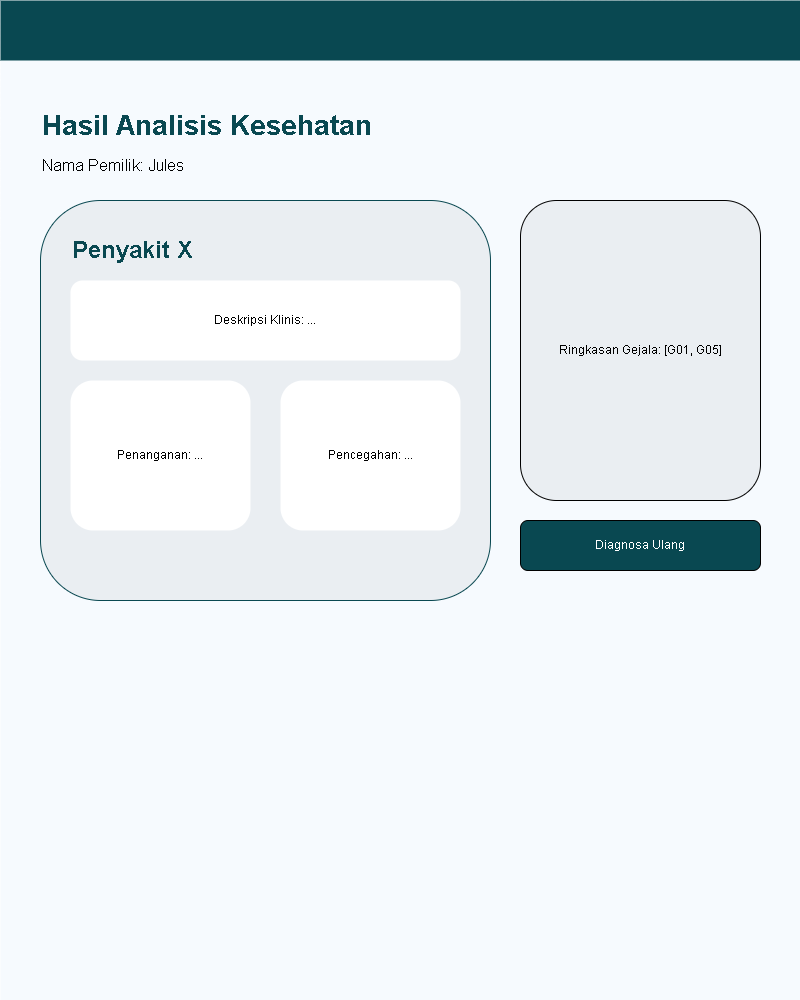
Earlier version of the draw.io export diagram/desain/hasil.png (Jinsky/Jinsky). Source tidied: cells renumbered, new cells last; positions are measured from the earlier drawing's top-left corner, leaving out a move shared by most shapes. Its diagram source:
```xml
<mxGraphModel>
  <root>
    <mxCell id="0" />
    <mxCell id="1" parent="0" />
    <mxCell id="2" style="rounded=0;whiteSpace=wrap;html=1;fillColor=#f6fafe;strokeColor=none;" parent="1" vertex="1">
      <mxGeometry width="800" height="1000" as="geometry" />
    </mxCell>
    <mxCell id="3" style="rounded=0;whiteSpace=wrap;html=1;fillColor=#094851;strokeColor=none;" parent="1" vertex="1">
      <mxGeometry width="800" height="60" as="geometry" />
    </mxCell>
    <mxCell id="4" value="&lt;b&gt;Hasil Analisis Kesehatan&lt;/b&gt;" style="text;html=1;strokeColor=none;fillColor=none;align=left;verticalAlign=middle;whiteSpace=wrap;rounded=0;fontSize=28;fontColor=#094851;" parent="1" vertex="1">
      <mxGeometry x="40" y="100" width="500" height="50" as="geometry" />
    </mxCell>
    <mxCell id="5" value="Nama Pemilik: Jules" style="text;html=1;strokeColor=none;fillColor=none;align=left;verticalAlign=middle;whiteSpace=wrap;rounded=0;fontSize=16;" parent="1" vertex="1">
      <mxGeometry x="40" y="150" width="400" height="30" as="geometry" />
    </mxCell>
    <mxCell id="6" style="rounded=0;whiteSpace=wrap;html=1;fillColor=#eaeef2;rounded=1;borderLeft=4;strokeColor=#094851;" parent="1" vertex="1">
      <mxGeometry x="40" y="200" width="450" height="400" as="geometry" />
    </mxCell>
    <mxCell id="7" value="&lt;b&gt;Penyakit X&lt;/b&gt;" style="text;html=1;strokeColor=none;fillColor=none;align=left;verticalAlign=middle;whiteSpace=wrap;rounded=0;fontSize=24;fontColor=#094851;" parent="1" vertex="1">
      <mxGeometry x="70" y="230" width="300" height="40" as="geometry" />
    </mxCell>
    <mxCell id="8" value="Deskripsi Klinis: ..." style="rounded=0;whiteSpace=wrap;html=1;fillColor=#ffffff;rounded=1;strokeColor=none;" parent="1" vertex="1">
      <mxGeometry x="70" y="280" width="390" height="80" as="geometry" />
    </mxCell>
    <mxCell id="9" value="Penanganan: ..." style="rounded=0;whiteSpace=wrap;html=1;fillColor=#ffffff;rounded=1;strokeColor=none;" parent="1" vertex="1">
      <mxGeometry x="70" y="380" width="180" height="150" as="geometry" />
    </mxCell>
    <mxCell id="10" value="Pencegahan: ..." style="rounded=0;whiteSpace=wrap;html=1;fillColor=#ffffff;rounded=1;strokeColor=none;" parent="1" vertex="1">
      <mxGeometry x="280" y="380" width="180" height="150" as="geometry" />
    </mxCell>
    <mxCell id="11" value="Ringkasan Gejala: [G01, G05]" style="rounded=0;whiteSpace=wrap;html=1;fillColor=#eaeef2;rounded=1;" parent="1" vertex="1">
      <mxGeometry x="520" y="200" width="240" height="300" as="geometry" />
    </mxCell>
    <mxCell id="12" value="Diagnosa Ulang" style="rounded=0;whiteSpace=wrap;html=1;fillColor=#094851;fontColor=#ffffff;rounded=1;" parent="1" vertex="1">
      <mxGeometry x="520" y="520" width="240" height="50" as="geometry" />
    </mxCell>
  </root>
</mxGraphModel>
```
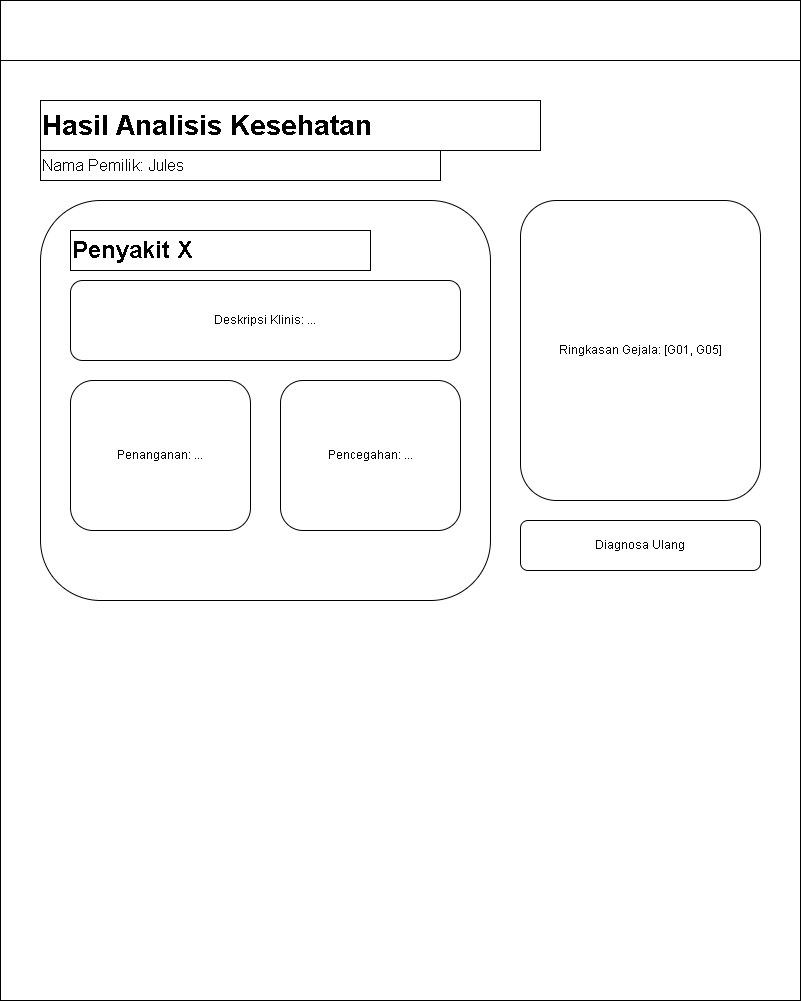
Above is the later version.

The edit, as a diff of the source:
```diff
@@ -2,37 +2,37 @@
   <root>
     <mxCell id="0" />
     <mxCell id="1" parent="0" />
-    <mxCell id="2" style="rounded=0;whiteSpace=wrap;html=1;fillColor=#f6fafe;strokeColor=none;" parent="1" vertex="1">
+    <mxCell id="2" style="rounded=0;whiteSpace=wrap;html=1;fillColor=#ffffff;strokeColor=#000000;fontColor=#000000;" parent="1" vertex="1">
       <mxGeometry width="800" height="1000" as="geometry" />
     </mxCell>
-    <mxCell id="3" style="rounded=0;whiteSpace=wrap;html=1;fillColor=#094851;strokeColor=none;" parent="1" vertex="1">
+    <mxCell id="3" style="rounded=0;whiteSpace=wrap;html=1;fillColor=#ffffff;strokeColor=#000000;fontColor=#000000;" parent="1" vertex="1">
       <mxGeometry width="800" height="60" as="geometry" />
     </mxCell>
-    <mxCell id="4" value="&lt;b&gt;Hasil Analisis Kesehatan&lt;/b&gt;" style="text;html=1;strokeColor=none;fillColor=none;align=left;verticalAlign=middle;whiteSpace=wrap;rounded=0;fontSize=28;fontColor=#094851;" parent="1" vertex="1">
+    <mxCell id="4" value="&lt;b&gt;Hasil Analisis Kesehatan&lt;/b&gt;" style="text;html=1;strokeColor=#000000;fillColor=none;align=left;verticalAlign=middle;whiteSpace=wrap;rounded=0;fontSize=28;fontColor=#000000;" parent="1" vertex="1">
       <mxGeometry x="40" y="100" width="500" height="50" as="geometry" />
     </mxCell>
-    <mxCell id="5" value="Nama Pemilik: Jules" style="text;html=1;strokeColor=none;fillColor=none;align=left;verticalAlign=middle;whiteSpace=wrap;rounded=0;fontSize=16;" parent="1" vertex="1">
+    <mxCell id="5" value="Nama Pemilik: Jules" style="text;html=1;strokeColor=#000000;fillColor=none;align=left;verticalAlign=middle;whiteSpace=wrap;rounded=0;fontSize=16;fontColor=#000000;" parent="1" vertex="1">
       <mxGeometry x="40" y="150" width="400" height="30" as="geometry" />
     </mxCell>
-    <mxCell id="6" style="rounded=0;whiteSpace=wrap;html=1;fillColor=#eaeef2;rounded=1;borderLeft=4;strokeColor=#094851;" parent="1" vertex="1">
+    <mxCell id="6" style="rounded=1;whiteSpace=wrap;html=1;fillColor=#ffffff;borderLeft=4;strokeColor=#000000;fontColor=#000000;" parent="1" vertex="1">
       <mxGeometry x="40" y="200" width="450" height="400" as="geometry" />
     </mxCell>
-    <mxCell id="7" value="&lt;b&gt;Penyakit X&lt;/b&gt;" style="text;html=1;strokeColor=none;fillColor=none;align=left;verticalAlign=middle;whiteSpace=wrap;rounded=0;fontSize=24;fontColor=#094851;" parent="1" vertex="1">
+    <mxCell id="7" value="&lt;b&gt;Penyakit X&lt;/b&gt;" style="text;html=1;strokeColor=#000000;fillColor=none;align=left;verticalAlign=middle;whiteSpace=wrap;rounded=0;fontSize=24;fontColor=#000000;" parent="1" vertex="1">
       <mxGeometry x="70" y="230" width="300" height="40" as="geometry" />
     </mxCell>
-    <mxCell id="8" value="Deskripsi Klinis: ..." style="rounded=0;whiteSpace=wrap;html=1;fillColor=#ffffff;rounded=1;strokeColor=none;" parent="1" vertex="1">
+    <mxCell id="8" value="Deskripsi Klinis: ..." style="rounded=1;whiteSpace=wrap;html=1;fillColor=#ffffff;strokeColor=#000000;fontColor=#000000;" parent="1" vertex="1">
       <mxGeometry x="70" y="280" width="390" height="80" as="geometry" />
     </mxCell>
-    <mxCell id="9" value="Penanganan: ..." style="rounded=0;whiteSpace=wrap;html=1;fillColor=#ffffff;rounded=1;strokeColor=none;" parent="1" vertex="1">
+    <mxCell id="9" value="Penanganan: ..." style="rounded=1;whiteSpace=wrap;html=1;fillColor=#ffffff;strokeColor=#000000;fontColor=#000000;" parent="1" vertex="1">
       <mxGeometry x="70" y="380" width="180" height="150" as="geometry" />
     </mxCell>
-    <mxCell id="10" value="Pencegahan: ..." style="rounded=0;whiteSpace=wrap;html=1;fillColor=#ffffff;rounded=1;strokeColor=none;" parent="1" vertex="1">
+    <mxCell id="10" value="Pencegahan: ..." style="rounded=1;whiteSpace=wrap;html=1;fillColor=#ffffff;strokeColor=#000000;fontColor=#000000;" parent="1" vertex="1">
       <mxGeometry x="280" y="380" width="180" height="150" as="geometry" />
     </mxCell>
-    <mxCell id="11" value="Ringkasan Gejala: [G01, G05]" style="rounded=0;whiteSpace=wrap;html=1;fillColor=#eaeef2;rounded=1;" parent="1" vertex="1">
+    <mxCell id="11" value="Ringkasan Gejala: [G01, G05]" style="rounded=1;whiteSpace=wrap;html=1;fillColor=#ffffff;strokeColor=#000000;fontColor=#000000;" parent="1" vertex="1">
       <mxGeometry x="520" y="200" width="240" height="300" as="geometry" />
     </mxCell>
-    <mxCell id="12" value="Diagnosa Ulang" style="rounded=0;whiteSpace=wrap;html=1;fillColor=#094851;fontColor=#ffffff;rounded=1;" parent="1" vertex="1">
+    <mxCell id="12" value="Diagnosa Ulang" style="rounded=1;whiteSpace=wrap;html=1;fillColor=#ffffff;fontColor=#000000;strokeColor=#000000;" parent="1" vertex="1">
       <mxGeometry x="520" y="520" width="240" height="50" as="geometry" />
     </mxCell>
   </root>
```
